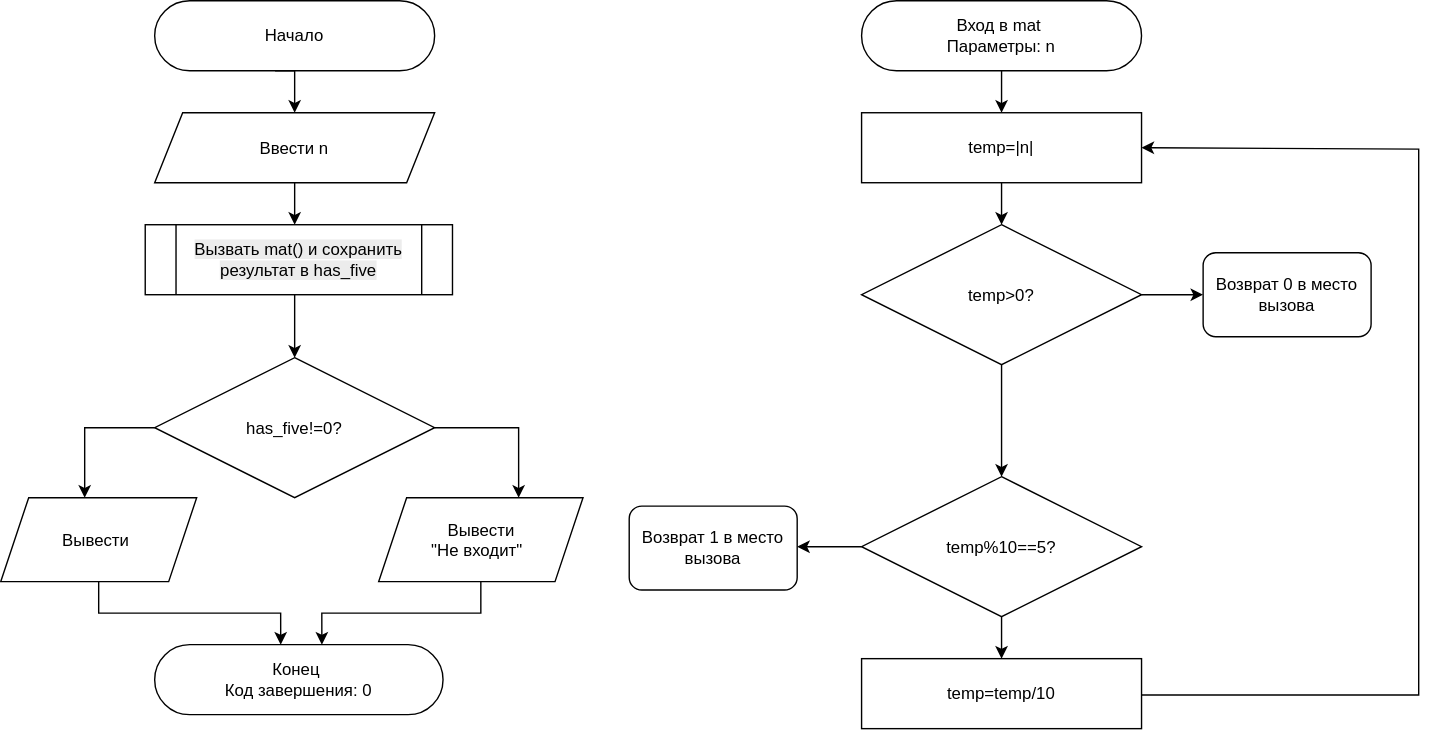
This is Lab6.svg from gavrilovaanna0108-dotcom/Lab6, a draw.io export, as it was before one commit. Source tidied: cells renumbered, new cells last; positions are measured from the earlier drawing's top-left corner, leaving out a move shared by most shapes.
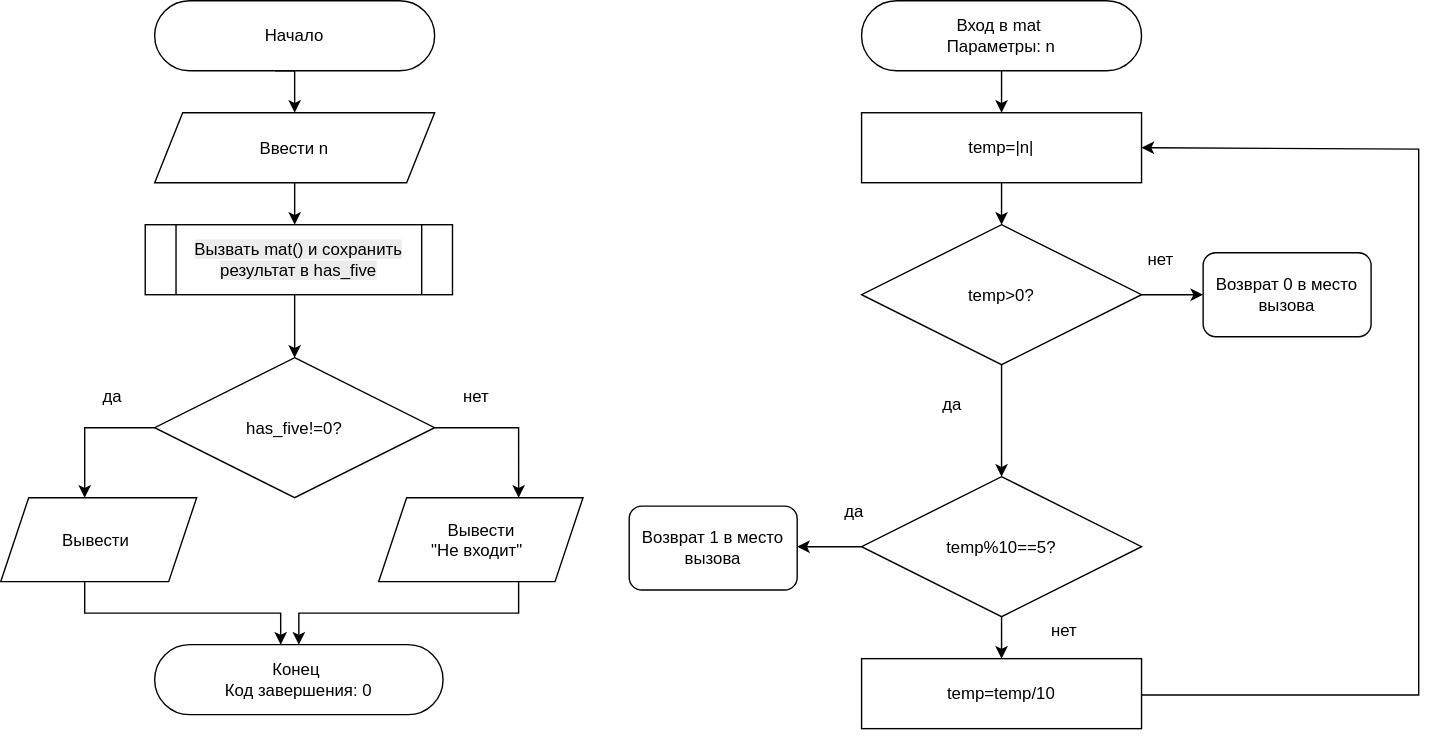
The same diagram one commit later.

The edit, as a diff of the source:
```diff
@@ -51,14 +51,24 @@
     <mxCell id="9" value="has_five!=0?" style="rhombus;whiteSpace=wrap;html=1;shapeInside=1;" parent="1" vertex="1">
       <mxGeometry x="110" y="255" width="200" height="100" as="geometry" />
     </mxCell>
-    <mxCell id="10" style="edgeStyle=orthogonalEdgeStyle;rounded=0;jettySize=auto;html=1;entryX=0.583;entryY=-0.02;entryDx=0;entryDy=0;defaultLabelBackgroundColor=page;" parent="1" edge="1" source="11" target="14">
-      <mxGeometry relative="1" as="geometry" />
+    <mxCell id="10" style="edgeStyle=orthogonalEdgeStyle;rounded=0;jettySize=auto;html=1;defaultLabelBackgroundColor=page;" parent="1" edge="1" source="11" target="14">
+      <mxGeometry x="0.14" relative="1" as="geometry">
+        <Array as="points">
+          <mxPoint x="370" y="437.5" />
+          <mxPoint x="213" y="437.5" />
+        </Array>
+      </mxGeometry>
     </mxCell>
     <mxCell id="11" value="Вывести&amp;nbsp;&lt;div&gt;&quot;Не входит&quot;&lt;/div&gt;" style="shape=parallelogram;perimeter=parallelogramPerimeter;whiteSpace=wrap;html=1;shapeInside=1;fixedSize=1;" parent="1" vertex="1">
       <mxGeometry x="270" y="355" width="146" height="60" as="geometry" />
     </mxCell>
     <mxCell id="12" style="edgeStyle=orthogonalEdgeStyle;rounded=0;jettySize=auto;html=1;entryX=0.427;entryY=-0.08;entryDx=0;entryDy=0;defaultLabelBackgroundColor=page;" parent="1" edge="1" source="13" target="14">
-      <mxGeometry relative="1" as="geometry" />
+      <mxGeometry x="0.06" relative="1" as="geometry">
+        <Array as="points">
+          <mxPoint x="60" y="437.5" />
+          <mxPoint x="200" y="437.5" />
+        </Array>
+      </mxGeometry>
     </mxCell>
     <mxCell id="13" value="Вывести&amp;nbsp;" style="shape=parallelogram;perimeter=parallelogramPerimeter;whiteSpace=wrap;html=1;shapeInside=1;fixedSize=1;" parent="1" vertex="1">
       <mxGeometry y="355" width="140" height="60" as="geometry" />
@@ -124,5 +134,23 @@
     <mxCell id="29" value="&lt;span style=&quot;caret-color: rgb(0, 0, 0); color: rgb(0, 0, 0); font-family: Helvetica; font-size: 12px; font-style: normal; font-variant-caps: normal; font-weight: 400; letter-spacing: normal; orphans: 2; text-align: center; text-indent: 0px; text-transform: none; white-space: normal; widows: 2; word-spacing: 0px; -webkit-text-stroke-width: 0px; background-color: rgb(236, 236, 236); text-decoration: none; float: none; display: inline !important;&quot;&gt;Вызвать mat() и сохранить результат в has_five&lt;/span&gt;" style="shape=process;whiteSpace=wrap;html=1;backgroundOutline=1;" parent="1" vertex="1">
       <mxGeometry x="103.2" y="160" width="219.5" height="50" as="geometry" />
     </mxCell>
+    <mxCell id="30" value="да" style="text;html=1;whiteSpace=wrap;strokeColor=none;fillColor=none;align=center;verticalAlign=middle;rounded=0;" parent="1" vertex="1">
+      <mxGeometry x="50" y="268" width="60" height="30" as="geometry" />
+    </mxCell>
+    <mxCell id="31" value="нет" style="text;html=1;whiteSpace=wrap;strokeColor=none;fillColor=none;align=center;verticalAlign=middle;rounded=0;" parent="1" vertex="1">
+      <mxGeometry x="310" y="268" width="60" height="30" as="geometry" />
+    </mxCell>
+    <mxCell id="32" value="да" style="text;html=1;whiteSpace=wrap;strokeColor=none;fillColor=none;align=center;verticalAlign=middle;rounded=0;" parent="1" vertex="1">
+      <mxGeometry x="650" y="274" width="60" height="30" as="geometry" />
+    </mxCell>
+    <mxCell id="33" value="нет" style="text;html=1;whiteSpace=wrap;strokeColor=none;fillColor=none;align=center;verticalAlign=middle;rounded=0;" parent="1" vertex="1">
+      <mxGeometry x="799" y="170" width="60" height="30" as="geometry" />
+    </mxCell>
+    <mxCell id="34" value="нет" style="text;html=1;whiteSpace=wrap;strokeColor=none;fillColor=none;align=center;verticalAlign=middle;rounded=0;" parent="1" vertex="1">
+      <mxGeometry x="730" y="435" width="60" height="30" as="geometry" />
+    </mxCell>
+    <mxCell id="35" value="да" style="text;html=1;whiteSpace=wrap;strokeColor=none;fillColor=none;align=center;verticalAlign=middle;rounded=0;" parent="1" vertex="1">
+      <mxGeometry x="580" y="350" width="60" height="30" as="geometry" />
+    </mxCell>
   </root>
 </mxGraphModel>
```
